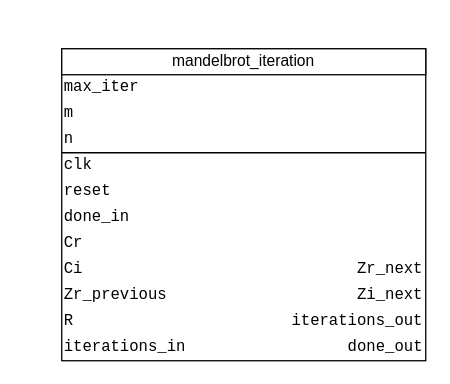
This is page "mandelbrot_iteration" (1 of 5) of Documents/Schemas.drawio from SebastienDeriaz/LPSC_TP3, a draw.io file, before an edit. Source tidied: cells renumbered, new cells numbered last; positions are measured from the earlier drawing's top-left corner, leaving out a move shared by most shapes. Both pictures are drawn from the tidied source at 130%, with x=0, y=0 at pixel (61, 48).
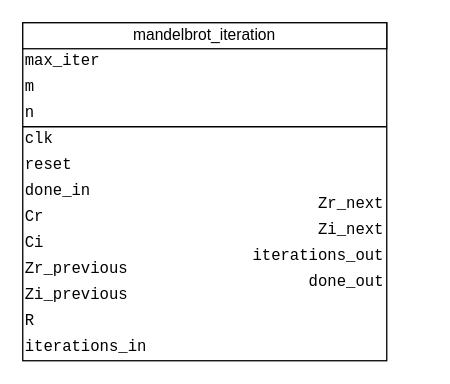
The same page after the edit.

The edit, as a diff of the source:
```diff
@@
-    <mxCell id="2" style="group;" parent="1" vertex="1">
-      <mxGeometry width="280" height="240" as="geometry" />
-    </mxCell>
-    <mxCell id="3" style="rounded=0;whiteSpace=wrap;html=1;imageAspect=1;" parent="2" vertex="1">
-      <mxGeometry width="280" height="240" as="geometry" />
-    </mxCell>
+    <mxCell id="21" style="group;" parent="1" vertex="1">
+      <mxGeometry x="-30" y="-20" width="280" height="260" as="geometry" />
+    </mxCell>
+    <mxCell id="22" style="rounded=0;whiteSpace=wrap;html=1;imageAspect=1;" parent="21" vertex="1">
+      <mxGeometry width="280" height="260" as="geometry" />
+    </mxCell>
-    <mxCell id="4" value="mandelbrot_iteration" style="rounded=0;whiteSpace=wrap;html=1;" parent="2" vertex="1">
+    <mxCell id="4" value="mandelbrot_iteration" style="rounded=0;whiteSpace=wrap;html=1;" parent="21" vertex="1">
       <mxGeometry width="280" height="20" as="geometry" />
     </mxCell>
-    <mxCell id="5" style="endArrow=none;html=1;" parent="2" edge="1">
-      <mxGeometry as="geometry">
-        <mxPoint y="80" as="sourcePoint" />
-        <mxPoint x="280" y="80" as="targetPoint" />
-      </mxGeometry>
-    </mxCell>
+    <mxCell id="23" style="endArrow=none;html=1;" parent="21" edge="1">
+      <mxGeometry as="geometry">
+        <mxPoint y="80" as="sourcePoint" />
+        <mxPoint x="280" y="80" as="targetPoint" />
+      </mxGeometry>
+    </mxCell>
-    <mxCell id="6" value="max_iter" style="text;html=1;strokeColor=none;fillColor=none;align=left;verticalAlign=middle;whiteSpace=wrap;rounded=0;fontFamily=Courier New;" parent="2" vertex="1">
+    <mxCell id="6" value="max_iter" style="text;html=1;strokeColor=none;fillColor=none;align=left;verticalAlign=middle;whiteSpace=wrap;rounded=0;fontFamily=Courier New;" parent="21" vertex="1">
       <mxGeometry y="20" width="60" height="20" as="geometry" />
     </mxCell>
-    <mxCell id="7" value="m" style="text;html=1;strokeColor=none;fillColor=none;align=left;verticalAlign=middle;whiteSpace=wrap;rounded=0;fontFamily=Courier New;" parent="2" vertex="1">
+    <mxCell id="7" value="m" style="text;html=1;strokeColor=none;fillColor=none;align=left;verticalAlign=middle;whiteSpace=wrap;rounded=0;fontFamily=Courier New;" parent="21" vertex="1">
       <mxGeometry y="40" width="60" height="20" as="geometry" />
     </mxCell>
-    <mxCell id="8" value="n" style="text;html=1;strokeColor=none;fillColor=none;align=left;verticalAlign=middle;whiteSpace=wrap;rounded=0;fontFamily=Courier New;" parent="2" vertex="1">
+    <mxCell id="8" value="n" style="text;html=1;strokeColor=none;fillColor=none;align=left;verticalAlign=middle;whiteSpace=wrap;rounded=0;fontFamily=Courier New;" parent="21" vertex="1">
       <mxGeometry y="60" width="60" height="20" as="geometry" />
     </mxCell>
-    <mxCell id="9" value="clk" style="text;html=1;strokeColor=none;fillColor=none;align=left;verticalAlign=middle;whiteSpace=wrap;rounded=0;fontFamily=Courier New;" parent="2" vertex="1">
+    <mxCell id="9" value="clk" style="text;html=1;strokeColor=none;fillColor=none;align=left;verticalAlign=middle;whiteSpace=wrap;rounded=0;fontFamily=Courier New;" parent="21" vertex="1">
       <mxGeometry y="80" width="60" height="20" as="geometry" />
     </mxCell>
-    <mxCell id="10" value="reset" style="text;html=1;strokeColor=none;fillColor=none;align=left;verticalAlign=middle;whiteSpace=wrap;rounded=0;fontFamily=Courier New;" parent="2" vertex="1">
+    <mxCell id="10" value="reset" style="text;html=1;strokeColor=none;fillColor=none;align=left;verticalAlign=middle;whiteSpace=wrap;rounded=0;fontFamily=Courier New;" parent="21" vertex="1">
       <mxGeometry y="100" width="60" height="20" as="geometry" />
     </mxCell>
-    <mxCell id="11" value="done_in" style="text;html=1;strokeColor=none;fillColor=none;align=left;verticalAlign=middle;whiteSpace=wrap;rounded=0;fontFamily=Courier New;" parent="2" vertex="1">
+    <mxCell id="11" value="done_in" style="text;html=1;strokeColor=none;fillColor=none;align=left;verticalAlign=middle;whiteSpace=wrap;rounded=0;fontFamily=Courier New;" parent="21" vertex="1">
       <mxGeometry y="120" width="60" height="20" as="geometry" />
     </mxCell>
-    <mxCell id="12" value="Cr" style="text;html=1;strokeColor=none;fillColor=none;align=left;verticalAlign=middle;whiteSpace=wrap;rounded=0;fontFamily=Courier New;" parent="2" vertex="1">
+    <mxCell id="12" value="Cr" style="text;html=1;strokeColor=none;fillColor=none;align=left;verticalAlign=middle;whiteSpace=wrap;rounded=0;fontFamily=Courier New;" parent="21" vertex="1">
       <mxGeometry y="140" width="60" height="20" as="geometry" />
     </mxCell>
-    <mxCell id="13" value="Ci" style="text;html=1;strokeColor=none;fillColor=none;align=left;verticalAlign=middle;whiteSpace=wrap;rounded=0;fontFamily=Courier New;" parent="2" vertex="1">
+    <mxCell id="13" value="Ci" style="text;html=1;strokeColor=none;fillColor=none;align=left;verticalAlign=middle;whiteSpace=wrap;rounded=0;fontFamily=Courier New;" parent="21" vertex="1">
       <mxGeometry y="160" width="60" height="20" as="geometry" />
     </mxCell>
-    <mxCell id="14" value="Zr_previous" style="text;html=1;strokeColor=none;fillColor=none;align=left;verticalAlign=middle;whiteSpace=wrap;rounded=0;fontFamily=Courier New;" parent="2" vertex="1">
+    <mxCell id="14" value="Zr_previous" style="text;html=1;strokeColor=none;fillColor=none;align=left;verticalAlign=middle;whiteSpace=wrap;rounded=0;fontFamily=Courier New;" parent="21" vertex="1">
       <mxGeometry y="180" width="60" height="20" as="geometry" />
     </mxCell>
-    <mxCell id="15" value="R" style="text;html=1;strokeColor=none;fillColor=none;align=left;verticalAlign=middle;whiteSpace=wrap;rounded=0;fontFamily=Courier New;" parent="2" vertex="1">
-      <mxGeometry y="200" width="60" height="20" as="geometry" />
+    <mxCell id="15" value="R" style="text;html=1;strokeColor=none;fillColor=none;align=left;verticalAlign=middle;whiteSpace=wrap;rounded=0;fontFamily=Courier New;" parent="21" vertex="1">
+      <mxGeometry y="220" width="60" height="20" as="geometry" />
     </mxCell>
-    <mxCell id="16" value="iterations_in" style="text;html=1;strokeColor=none;fillColor=none;align=left;verticalAlign=middle;whiteSpace=wrap;rounded=0;fontFamily=Courier New;" parent="2" vertex="1">
-      <mxGeometry y="220" width="60" height="20" as="geometry" />
+    <mxCell id="16" value="iterations_in" style="text;html=1;strokeColor=none;fillColor=none;align=left;verticalAlign=middle;whiteSpace=wrap;rounded=0;fontFamily=Courier New;" parent="21" vertex="1">
+      <mxGeometry y="240" width="60" height="20" as="geometry" />
     </mxCell>
-    <mxCell id="17" value="done_out" style="text;html=1;strokeColor=none;fillColor=none;align=right;verticalAlign=middle;whiteSpace=wrap;rounded=0;fontFamily=Courier New;" parent="2" vertex="1">
-      <mxGeometry x="220" y="220" width="60" height="20" as="geometry" />
+    <mxCell id="17" value="done_out" style="text;html=1;strokeColor=none;fillColor=none;align=right;verticalAlign=middle;whiteSpace=wrap;rounded=0;fontFamily=Courier New;" parent="21" vertex="1">
+      <mxGeometry x="220" y="190" width="60" height="20" as="geometry" />
     </mxCell>
-    <mxCell id="18" value="iterations_out" style="text;html=1;strokeColor=none;fillColor=none;align=right;verticalAlign=middle;whiteSpace=wrap;rounded=0;fontFamily=Courier New;" parent="2" vertex="1">
-      <mxGeometry x="220" y="200" width="60" height="20" as="geometry" />
+    <mxCell id="18" value="iterations_out" style="text;html=1;strokeColor=none;fillColor=none;align=right;verticalAlign=middle;whiteSpace=wrap;rounded=0;fontFamily=Courier New;" parent="21" vertex="1">
+      <mxGeometry x="220" y="170" width="60" height="20" as="geometry" />
     </mxCell>
-    <mxCell id="19" value="Zi_next" style="text;html=1;strokeColor=none;fillColor=none;align=right;verticalAlign=middle;whiteSpace=wrap;rounded=0;fontFamily=Courier New;" parent="2" vertex="1">
-      <mxGeometry x="220" y="180" width="60" height="20" as="geometry" />
+    <mxCell id="19" value="Zi_next" style="text;html=1;strokeColor=none;fillColor=none;align=right;verticalAlign=middle;whiteSpace=wrap;rounded=0;fontFamily=Courier New;" parent="21" vertex="1">
+      <mxGeometry x="220" y="150" width="60" height="20" as="geometry" />
     </mxCell>
-    <mxCell id="20" value="Zr_next" style="text;html=1;strokeColor=none;fillColor=none;align=right;verticalAlign=middle;whiteSpace=wrap;rounded=0;fontFamily=Courier New;" parent="2" vertex="1">
-      <mxGeometry x="220" y="160" width="60" height="20" as="geometry" />
+    <mxCell id="20" value="Zr_next" style="text;html=1;strokeColor=none;fillColor=none;align=right;verticalAlign=middle;whiteSpace=wrap;rounded=0;fontFamily=Courier New;" parent="21" vertex="1">
+      <mxGeometry x="220" y="130" width="60" height="20" as="geometry" />
     </mxCell>
+    <mxCell id="24" value="Zi_previous" style="text;html=1;strokeColor=none;fillColor=none;align=left;verticalAlign=middle;whiteSpace=wrap;rounded=0;fontFamily=Courier New;" parent="21" vertex="1">
+      <mxGeometry y="200" width="60" height="20" as="geometry" />
+    </mxCell>
```
